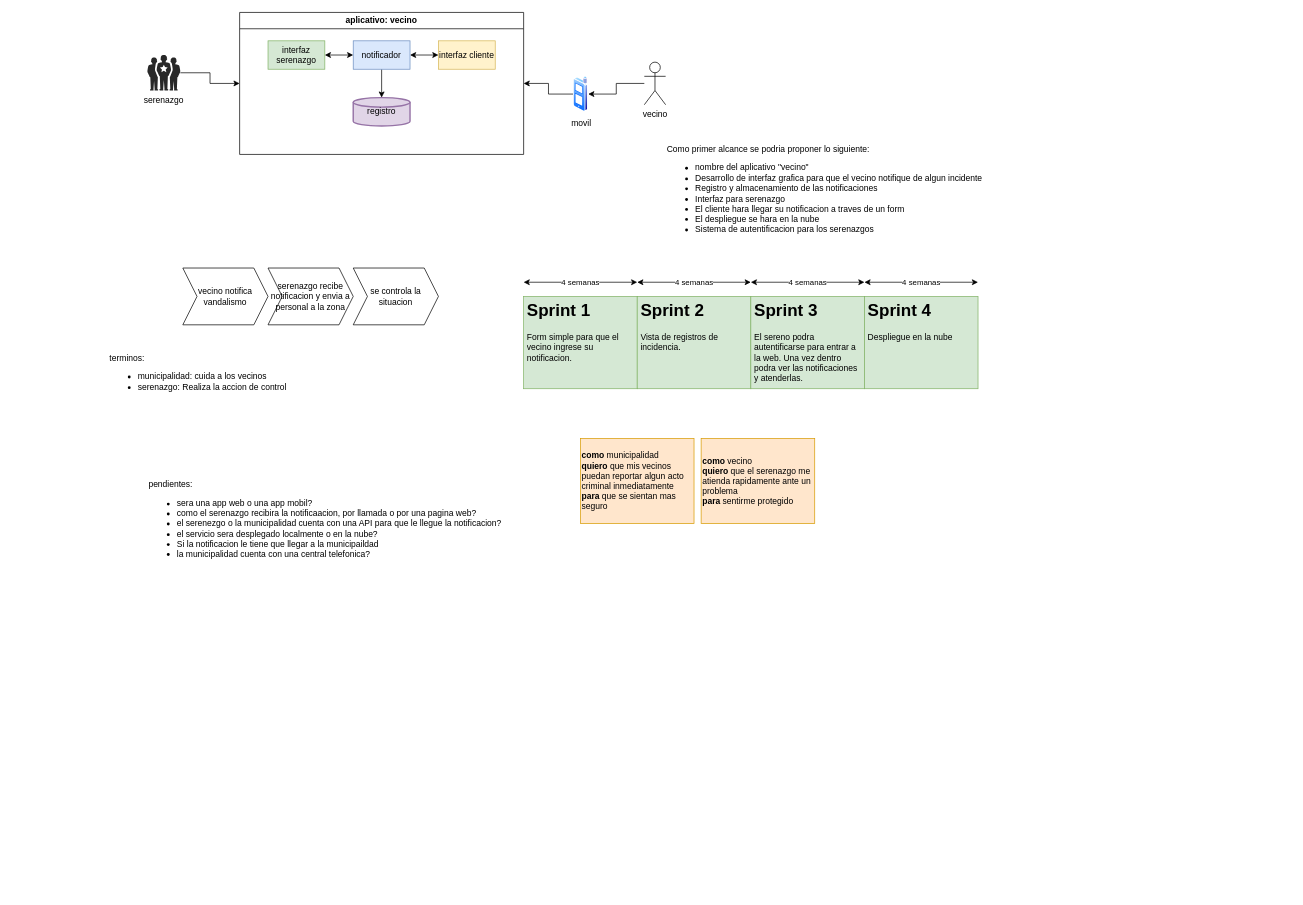
Above: Diagrama sin título.drawio in josueelias9/RetoTecnico (draw.io), before the change. Source tidied: cells renumbered, new cells numbered last; positions are measured from the earlier drawing's top-left corner, leaving out a move shared by most shapes. Both pictures are drawn from the tidied source at 71%, with x=0, y=0 at pixel (108, 12).
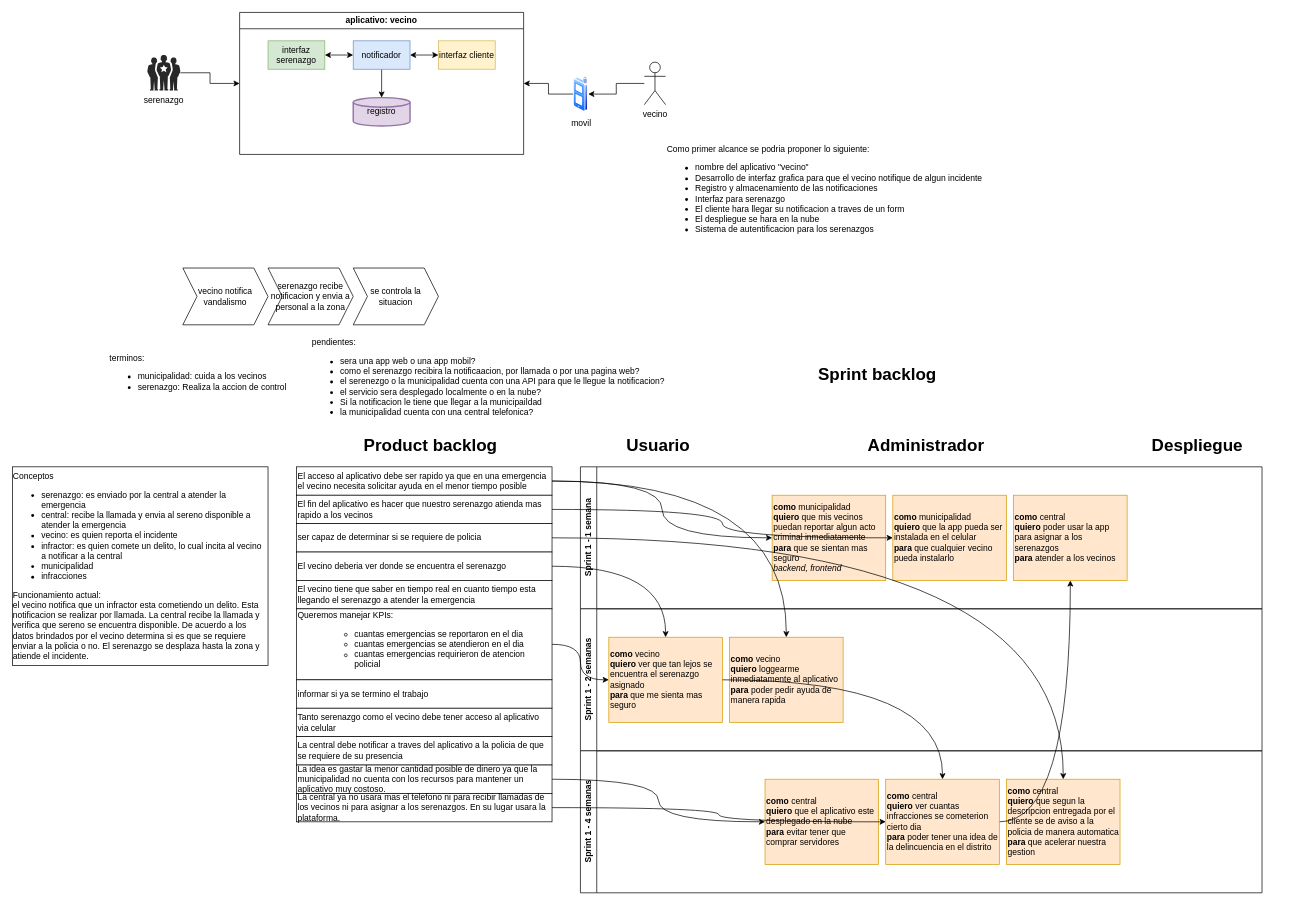
The same page after the edit.

The edit, as a diff of the source:
```diff
@@
     <mxCell id="9" value="pendientes:&lt;br&gt;&lt;ul&gt;&lt;li&gt;sera una app web o una app mobil?&lt;br&gt;&lt;/li&gt;&lt;li&gt;como el serenazgo recibira la notificaacion, por llamada o por una pagina web?&lt;/li&gt;&lt;li&gt;el serenezgo o la municipalidad cuenta con una API para que le llegue la notificacion?&lt;/li&gt;&lt;li&gt;el servicio sera desplegado localmente o en la nube?&lt;/li&gt;&lt;li&gt;Si la notificacion le tiene que llegar a la municipaildad&lt;/li&gt;&lt;li&gt;la municipalidad cuenta con una central telefonica?&amp;nbsp;&lt;/li&gt;&lt;/ul&gt;" style="text;html=1;align=left;verticalAlign=middle;strokeColor=none;fillColor=none;" parent="1" vertex="1">
-      <mxGeometry x="55" y="650" width="520" height="140" as="geometry" />
+      <mxGeometry x="285" y="450" width="520" height="140" as="geometry" />
     </mxCell>
@@
-    <mxCell id="22" value="&lt;h1&gt;Sprint 1&lt;/h1&gt;&lt;div&gt;Form simple para que el vecino ingrese su notificacion.&lt;/div&gt;&lt;p&gt;&lt;/p&gt;" style="text;html=1;strokeColor=#82b366;fillColor=#d5e8d4;spacing=5;spacingTop=-20;whiteSpace=wrap;overflow=hidden;rounded=0;" parent="1" vertex="1">
-      <mxGeometry x="585" y="400" width="160" height="130" as="geometry" />
-    </mxCell>
-    <mxCell id="23" value="&lt;h1&gt;Sprint 2&lt;/h1&gt;&lt;div&gt;Vista de registros de incidencia.&lt;/div&gt;&lt;p&gt;&lt;/p&gt;" style="text;html=1;strokeColor=#82b366;fillColor=#d5e8d4;spacing=5;spacingTop=-20;whiteSpace=wrap;overflow=hidden;rounded=0;" parent="1" vertex="1">
-      <mxGeometry x="745" y="400" width="160" height="130" as="geometry" />
-    </mxCell>
-    <mxCell id="24" value="&lt;h1&gt;Sprint 3&lt;/h1&gt;&lt;div&gt;El sereno podra autentificarse para entrar a la web. Una vez dentro podra ver las notificaciones y atenderlas.&lt;/div&gt;&lt;p&gt;&lt;/p&gt;" style="text;html=1;strokeColor=#82b366;fillColor=#d5e8d4;spacing=5;spacingTop=-20;whiteSpace=wrap;overflow=hidden;rounded=0;" parent="1" vertex="1">
-      <mxGeometry x="905" y="400" width="160" height="130" as="geometry" />
-    </mxCell>
-    <mxCell id="25" value="4 semanas" style="endArrow=classic;startArrow=classic;html=1;rounded=0;" parent="1" edge="1">
-      <mxGeometry relative="1" as="geometry">
-        <mxPoint x="585" y="380" as="sourcePoint" />
-        <mxPoint x="745" y="380" as="targetPoint" />
-      </mxGeometry>
-    </mxCell>
-    <mxCell id="26" value="4 semanas" style="endArrow=classic;startArrow=classic;html=1;rounded=0;" parent="1" edge="1">
-      <mxGeometry relative="1" as="geometry">
-        <mxPoint x="745" y="380" as="sourcePoint" />
-        <mxPoint x="905" y="380" as="targetPoint" />
-      </mxGeometry>
-    </mxCell>
-    <mxCell id="27" value="4 semanas" style="endArrow=classic;startArrow=classic;html=1;rounded=0;" parent="1" edge="1">
-      <mxGeometry relative="1" as="geometry">
-        <mxPoint x="905" y="380" as="sourcePoint" />
-        <mxPoint x="1065" y="380" as="targetPoint" />
-      </mxGeometry>
-    </mxCell>
-    <mxCell id="28" value="&lt;h1&gt;Sprint 4&lt;/h1&gt;&lt;div&gt;Despliegue en la nube&lt;/div&gt;&lt;p&gt;&lt;/p&gt;" style="text;html=1;strokeColor=#82b366;fillColor=#d5e8d4;spacing=5;spacingTop=-20;whiteSpace=wrap;overflow=hidden;rounded=0;" parent="1" vertex="1">
-      <mxGeometry x="1065" y="400" width="160" height="130" as="geometry" />
-    </mxCell>
-    <mxCell id="29" value="4 semanas" style="endArrow=classic;startArrow=classic;html=1;rounded=0;" parent="1" edge="1">
-      <mxGeometry relative="1" as="geometry">
-        <mxPoint x="1065" y="380" as="sourcePoint" />
-        <mxPoint x="1225" y="380" as="targetPoint" />
-      </mxGeometry>
-    </mxCell>
+    <mxCell id="32" value="&lt;h1&gt;Product backlog&lt;/h1&gt;" style="text;html=1;strokeColor=none;fillColor=none;spacing=5;spacingTop=-20;whiteSpace=wrap;overflow=hidden;rounded=0;" parent="1" vertex="1">
+      <mxGeometry x="355" y="590" width="200" height="120" as="geometry" />
+    </mxCell>
+    <mxCell id="33" value="&lt;h1&gt;Sprint backlog&lt;/h1&gt;" style="text;html=1;strokeColor=none;fillColor=none;spacing=5;spacingTop=-20;whiteSpace=wrap;overflow=hidden;rounded=0;" parent="1" vertex="1">
+      <mxGeometry x="995" y="490" width="200" height="120" as="geometry" />
+    </mxCell>
+    <mxCell id="34" value="&lt;div style=&quot;text-align: left;&quot;&gt;Conceptos&lt;/div&gt;&lt;ul style=&quot;border-color: var(--border-color); text-align: left;&quot;&gt;&lt;li&gt;&lt;span style=&quot;background-color: initial;&quot;&gt;serenazgo: es enviado por la central a atender la emergencia&lt;/span&gt;&lt;br&gt;&lt;/li&gt;&lt;li&gt;&lt;span style=&quot;background-color: initial;&quot;&gt;central: recibe la llamada y envia al sereno disponible a atender la emergencia&lt;/span&gt;&lt;br&gt;&lt;/li&gt;&lt;li&gt;&lt;span style=&quot;background-color: initial;&quot;&gt;vecino: es quien reporta el incidente&lt;/span&gt;&lt;br&gt;&lt;/li&gt;&lt;li&gt;&lt;span style=&quot;background-color: initial;&quot;&gt;infractor: es quien comete un delito, lo cual incita al vecino a notificar a la central&lt;/span&gt;&lt;br&gt;&lt;/li&gt;&lt;li&gt;&lt;span style=&quot;background-color: initial;&quot;&gt;municipalidad&lt;/span&gt;&lt;br&gt;&lt;/li&gt;&lt;li&gt;infracciones&lt;/li&gt;&lt;/ul&gt;&lt;div style=&quot;text-align: left;&quot;&gt;&lt;span style=&quot;background-color: initial;&quot;&gt;Funcionamiento actual:&lt;/span&gt;&lt;/div&gt;&lt;div style=&quot;text-align: left;&quot;&gt;&lt;span style=&quot;background-color: initial;&quot;&gt;el vecino notifica que un infractor esta cometiendo un delito. Esta notificacion se realizar por llamada. La central recibe la llamada y verifica que sereno se encuentra disponible. De acuerdo a los datos brindados por el vecino determina si es que se requiere enviar a la policia o no. El serenazgo se desplaza hasta la zona y atiende el incidente.&amp;nbsp;&lt;/span&gt;&lt;/div&gt;" style="rounded=0;whiteSpace=wrap;html=1;" parent="1" vertex="1">
+      <mxGeometry x="-135" y="640" width="360" height="280" as="geometry" />
+    </mxCell>
+    <mxCell id="35" value="Sprint 1 - 1 semana" style="swimlane;horizontal=0;whiteSpace=wrap;html=1;" parent="1" vertex="1">
+      <mxGeometry x="665" y="640" width="960" height="200" as="geometry" />
+    </mxCell>
+    <mxCell id="36" value="&lt;b&gt;como&lt;/b&gt; municipalidad&lt;br&gt;&lt;b&gt;quiero&lt;/b&gt; que la app pueda ser instalada en el celular&lt;br&gt;&lt;b&gt;para&lt;/b&gt; que cualquier vecino pueda instalarlo" style="rounded=0;whiteSpace=wrap;html=1;align=left;fillColor=#ffe6cc;strokeColor=#d79b00;" parent="35" vertex="1">
+      <mxGeometry x="440" y="40" width="160" height="120" as="geometry" />
+    </mxCell>
-    <mxCell id="30" value="&lt;b&gt;como&lt;/b&gt; municipalidad&lt;br&gt;&lt;b&gt;quiero&lt;/b&gt; que mis vecinos puedan reportar algun acto criminal inmediatamente&lt;br&gt;&lt;b&gt;para&lt;/b&gt; que se sientan mas seguro" style="rounded=0;whiteSpace=wrap;html=1;align=left;fillColor=#ffe6cc;strokeColor=#d79b00;" parent="1" vertex="1">
-      <mxGeometry x="665" y="600" width="160" height="120" as="geometry" />
+    <mxCell id="30" value="&lt;b&gt;como&lt;/b&gt; municipalidad&lt;br&gt;&lt;b&gt;quiero&lt;/b&gt; que mis vecinos puedan reportar algun acto criminal inmediatamente&lt;br&gt;&lt;b&gt;para&lt;/b&gt; que se sientan mas seguro&lt;br&gt;&lt;i&gt;backend, frontend&lt;/i&gt;" style="rounded=0;whiteSpace=wrap;html=1;align=left;fillColor=#ffe6cc;strokeColor=#d79b00;" parent="35" vertex="1">
+      <mxGeometry x="270" y="40" width="160" height="120" as="geometry" />
     </mxCell>
-    <mxCell id="31" value="&lt;b&gt;como&lt;/b&gt; vecino&lt;br&gt;&lt;b&gt;quiero&lt;/b&gt;&amp;nbsp;que el serenazgo me atienda rapidamente ante un problema&lt;br&gt;&lt;b&gt;para&lt;/b&gt; sentirme protegido" style="rounded=0;whiteSpace=wrap;html=1;align=left;fillColor=#ffe6cc;strokeColor=#d79b00;" parent="1" vertex="1">
-      <mxGeometry x="835" y="600" width="160" height="120" as="geometry" />
-    </mxCell>
+    <mxCell id="37" value="&lt;b&gt;como&lt;/b&gt; central&lt;br&gt;&lt;b&gt;quiero&lt;/b&gt;&amp;nbsp;poder usar la app para asignar a los serenazgos&lt;br&gt;&lt;b&gt;para&lt;/b&gt; atender a los vecinos" style="rounded=0;whiteSpace=wrap;html=1;align=left;fillColor=#ffe6cc;strokeColor=#d79b00;" parent="35" vertex="1">
+      <mxGeometry x="610" y="40" width="160" height="120" as="geometry" />
+    </mxCell>
+    <mxCell id="38" value="Sprint 1 - 2 semanas" style="swimlane;horizontal=0;whiteSpace=wrap;html=1;" parent="1" vertex="1">
+      <mxGeometry x="665" y="840" width="960" height="200" as="geometry" />
+    </mxCell>
+    <mxCell id="39" value="&lt;b&gt;como&lt;/b&gt; vecino&lt;br&gt;&lt;b&gt;quiero&lt;/b&gt; loggearme inmediatamente al aplicativo&lt;br&gt;&lt;b&gt;para&lt;/b&gt; poder pedir ayuda de manera rapida" style="rounded=0;whiteSpace=wrap;html=1;align=left;fillColor=#ffe6cc;strokeColor=#d79b00;" parent="38" vertex="1">
+      <mxGeometry x="210" y="40" width="160" height="120" as="geometry" />
+    </mxCell>
+    <mxCell id="40" value="&lt;b&gt;como&lt;/b&gt; vecino&lt;br&gt;&lt;b&gt;quiero&lt;/b&gt;&amp;nbsp;ver que tan lejos se encuentra el serenazgo asignado&lt;br&gt;&lt;b&gt;para&lt;/b&gt; que me sienta mas seguro" style="rounded=0;whiteSpace=wrap;html=1;align=left;fillColor=#ffe6cc;strokeColor=#d79b00;" parent="38" vertex="1">
+      <mxGeometry x="40" y="40" width="160" height="120" as="geometry" />
+    </mxCell>
+    <mxCell id="41" value="Sprint 1 - 4 semanas" style="swimlane;horizontal=0;whiteSpace=wrap;html=1;" parent="1" vertex="1">
+      <mxGeometry x="665" y="1040" width="960" height="200" as="geometry" />
+    </mxCell>
+    <mxCell id="42" value="&lt;b&gt;como&lt;/b&gt; central&lt;br&gt;&lt;b&gt;quiero&lt;/b&gt;&amp;nbsp;que el aplicativo este desplegado en la nube&lt;br&gt;&lt;b&gt;para&lt;/b&gt; evitar tener que comprar servidores" style="rounded=0;whiteSpace=wrap;html=1;align=left;fillColor=#ffe6cc;strokeColor=#d79b00;" parent="41" vertex="1">
+      <mxGeometry x="260" y="40" width="160" height="120" as="geometry" />
+    </mxCell>
+    <mxCell id="43" value="&lt;b&gt;como&lt;/b&gt; central&lt;br&gt;&lt;b&gt;quiero&lt;/b&gt; que segun la descripcion entregada por el cliente se de aviso a la policia de manera automatica&lt;br&gt;&lt;b&gt;para&lt;/b&gt; que acelerar nuestra gestion" style="rounded=0;whiteSpace=wrap;html=1;align=left;fillColor=#ffe6cc;strokeColor=#d79b00;" parent="41" vertex="1">
+      <mxGeometry x="600" y="40" width="160" height="120" as="geometry" />
+    </mxCell>
+    <mxCell id="44" style="rounded=0;jettySize=auto;html=1;edgeStyle=orthogonalEdgeStyle;curved=1;" parent="1" edge="1" source="46" target="30">
+      <mxGeometry relative="1" as="geometry" />
+    </mxCell>
+    <mxCell id="45" style="edgeStyle=orthogonalEdgeStyle;rounded=0;jettySize=auto;html=1;curved=1;" parent="1" edge="1" source="46" target="39">
+      <mxGeometry relative="1" as="geometry" />
+    </mxCell>
+    <mxCell id="46" value="&lt;span style=&quot;background-color: initial;&quot;&gt;El acceso al aplicativo debe ser rapido ya que en una emergencia el vecino necesita solicitar ayuda en el menor tiempo posible&lt;/span&gt;" style="rounded=0;whiteSpace=wrap;html=1;align=left;" parent="1" vertex="1">
+      <mxGeometry x="265" y="640" width="360" height="40" as="geometry" />
+    </mxCell>
+    <mxCell id="47" style="edgeStyle=orthogonalEdgeStyle;rounded=0;jettySize=auto;html=1;curved=1;" parent="1" edge="1" source="48" target="36">
+      <mxGeometry relative="1" as="geometry" />
+    </mxCell>
+    <mxCell id="48" value="El fin del aplicativo es hacer que nuestro serenazgo atienda mas rapido a los vecinos" style="rounded=0;whiteSpace=wrap;html=1;align=left;" parent="1" vertex="1">
+      <mxGeometry x="265" y="680" width="360" height="40" as="geometry" />
+    </mxCell>
+    <mxCell id="49" style="edgeStyle=orthogonalEdgeStyle;rounded=0;jettySize=auto;html=1;curved=1;" parent="1" edge="1" source="50" target="43">
+      <mxGeometry relative="1" as="geometry" />
+    </mxCell>
+    <mxCell id="50" value="&lt;div&gt;ser capaz de determinar si se requiere de policia&lt;/div&gt;" style="rounded=0;whiteSpace=wrap;html=1;align=left;" parent="1" vertex="1">
+      <mxGeometry x="265" y="720" width="360" height="40" as="geometry" />
+    </mxCell>
+    <mxCell id="51" style="edgeStyle=orthogonalEdgeStyle;rounded=0;jettySize=auto;html=1;curved=1;" parent="1" edge="1" source="52" target="40">
+      <mxGeometry relative="1" as="geometry" />
+    </mxCell>
+    <mxCell id="52" value="&lt;span style=&quot;background-color: initial;&quot;&gt;El vecino deberia ver donde se encuentra el serenazgo&lt;/span&gt;" style="rounded=0;whiteSpace=wrap;html=1;align=left;" parent="1" vertex="1">
+      <mxGeometry x="265" y="760" width="360" height="40" as="geometry" />
+    </mxCell>
+    <mxCell id="53" value="&lt;div&gt;El vecino tiene que saber en tiempo real en cuanto tiempo esta llegando el serenazgo a atender la emergencia&lt;/div&gt;" style="rounded=0;whiteSpace=wrap;html=1;align=left;" parent="1" vertex="1">
+      <mxGeometry x="265" y="800" width="360" height="40" as="geometry" />
+    </mxCell>
+    <mxCell id="54" style="edgeStyle=orthogonalEdgeStyle;rounded=0;jettySize=auto;html=1;curved=1;" parent="1" edge="1" source="40" target="68">
+      <mxGeometry relative="1" as="geometry" />
+    </mxCell>
+    <mxCell id="55" value="&lt;span style=&quot;background-color: initial;&quot;&gt;Queremos manejar KPIs:&lt;/span&gt;&lt;br&gt;&lt;ul style=&quot;border-color: var(--border-color);&quot;&gt;&lt;ul style=&quot;border-color: var(--border-color);&quot;&gt;&lt;li style=&quot;border-color: var(--border-color);&quot;&gt;cuantas emergencias se reportaron en el dia&lt;/li&gt;&lt;li style=&quot;border-color: var(--border-color);&quot;&gt;cuantas emergencias se atendieron en el dia&lt;/li&gt;&lt;li style=&quot;border-color: var(--border-color);&quot;&gt;cuantas emergencias requirieron de atencion policial&lt;/li&gt;&lt;/ul&gt;&lt;/ul&gt;" style="rounded=0;whiteSpace=wrap;html=1;align=left;" parent="1" vertex="1">
+      <mxGeometry x="265" y="840" width="360" height="100" as="geometry" />
+    </mxCell>
+    <mxCell id="56" value="&lt;span style=&quot;background-color: initial;&quot;&gt;informar si ya se termino el trabajo&lt;/span&gt;" style="rounded=0;whiteSpace=wrap;html=1;align=left;" parent="1" vertex="1">
+      <mxGeometry x="265" y="940" width="360" height="40" as="geometry" />
+    </mxCell>
+    <mxCell id="57" value="&lt;span style=&quot;background-color: initial;&quot;&gt;Tanto serenazgo como el vecino debe tener acceso al aplicativo via celular&lt;/span&gt;" style="rounded=0;whiteSpace=wrap;html=1;align=left;" parent="1" vertex="1">
+      <mxGeometry x="265" y="980" width="360" height="40" as="geometry" />
+    </mxCell>
+    <mxCell id="58" value="La central debe notificar a traves del aplicativo a la policia de que se requiere de su presencia" style="rounded=0;whiteSpace=wrap;html=1;align=left;" parent="1" vertex="1">
+      <mxGeometry x="265" y="1020" width="360" height="40" as="geometry" />
+    </mxCell>
+    <mxCell id="59" style="edgeStyle=orthogonalEdgeStyle;rounded=0;jettySize=auto;html=1;curved=1;" parent="1" edge="1" source="60" target="42">
+      <mxGeometry relative="1" as="geometry" />
+    </mxCell>
+    <mxCell id="60" value="La idea es gastar la menor cantidad posible de dinero ya que la municipalidad no cuenta con los recursos para mantener un aplicativo muy costoso." style="rounded=0;whiteSpace=wrap;html=1;align=left;" parent="1" vertex="1">
+      <mxGeometry x="265" y="1060" width="360" height="40" as="geometry" />
+    </mxCell>
+    <mxCell id="61" style="edgeStyle=orthogonalEdgeStyle;rounded=0;jettySize=auto;html=1;curved=1;" parent="1" edge="1" source="68" target="37">
+      <mxGeometry relative="1" as="geometry" />
+    </mxCell>
+    <mxCell id="62" value="La central ya no usara mas el telefono ni para recibir llamadas de los vecinos ni para asignar a los serenazgos. En su lugar usara la plataforma." style="rounded=0;whiteSpace=wrap;html=1;align=left;" parent="1" vertex="1">
+      <mxGeometry x="265" y="1100" width="360" height="40" as="geometry" />
+    </mxCell>
+    <mxCell id="63" value="&lt;h1&gt;Despliegue&lt;/h1&gt;" style="text;html=1;strokeColor=none;fillColor=none;spacing=5;spacingTop=-20;whiteSpace=wrap;overflow=hidden;rounded=0;" parent="1" vertex="1">
+      <mxGeometry x="1465" y="590" width="200" height="120" as="geometry" />
+    </mxCell>
+    <mxCell id="64" value="&lt;h1&gt;Administrador&lt;/h1&gt;" style="text;html=1;strokeColor=none;fillColor=none;spacing=5;spacingTop=-20;whiteSpace=wrap;overflow=hidden;rounded=0;" parent="1" vertex="1">
+      <mxGeometry x="1065" y="590" width="200" height="120" as="geometry" />
+    </mxCell>
+    <mxCell id="65" value="&lt;h1&gt;Usuario&lt;/h1&gt;" style="text;html=1;strokeColor=none;fillColor=none;spacing=5;spacingTop=-20;whiteSpace=wrap;overflow=hidden;rounded=0;" parent="1" vertex="1">
+      <mxGeometry x="725" y="590" width="200" height="120" as="geometry" />
+    </mxCell>
+    <mxCell id="66" style="edgeStyle=orthogonalEdgeStyle;rounded=0;jettySize=auto;html=1;curved=1;" parent="1" edge="1" source="55" target="40">
+      <mxGeometry relative="1" as="geometry" />
+    </mxCell>
+    <mxCell id="67" style="edgeStyle=orthogonalEdgeStyle;rounded=0;jettySize=auto;html=1;curved=1;" parent="1" edge="1" source="62" target="68">
+      <mxGeometry relative="1" as="geometry" />
+    </mxCell>
+    <mxCell id="68" value="&lt;b&gt;como&lt;/b&gt;&amp;nbsp;central&lt;br&gt;&lt;b&gt;quiero&lt;/b&gt; ver cuantas infracciones se cometerion cierto dia&lt;br&gt;&lt;b&gt;para&lt;/b&gt;&amp;nbsp;poder tener una idea de la delincuencia en el distrito" style="rounded=0;whiteSpace=wrap;html=1;align=left;fillColor=#ffe6cc;strokeColor=#d79b00;" parent="1" vertex="1">
+      <mxGeometry x="1095" y="1080" width="160" height="120" as="geometry" />
+    </mxCell>
```
